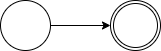
The draw.io diagram BPMN.png in dkorolev13/test_drawio, before a commit. Source tidied: cells renumbered, new cells last; positions are measured from the earlier drawing's top-left corner, leaving out a move shared by most shapes.
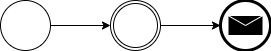
The same diagram one commit later.

Commit message:
3-rd update bpmn diagram

What changed in the source:
```diff
@@ -8,8 +8,14 @@
     <mxCell id="3" style="points=[[0.145,0.145,0],[0.5,0,0],[0.855,0.145,0],[1,0.5,0],[0.855,0.855,0],[0.5,1,0],[0.145,0.855,0],[0,0.5,0]];shape=mxgraph.bpmn.event;html=1;verticalLabelPosition=bottom;labelBackgroundColor=#ffffff;verticalAlign=top;align=center;perimeter=ellipsePerimeter;outlineConnect=0;outline=standard;symbol=general;" parent="1" vertex="1">
       <mxGeometry width="50" height="50" as="geometry" />
     </mxCell>
+    <mxCell id="5" style="edgeStyle=orthogonalEdgeStyle;rounded=0;jettySize=auto;html=1;" parent="1" edge="1" source="4" target="6">
+      <mxGeometry relative="1" as="geometry" />
+    </mxCell>
     <mxCell id="4" style="points=[[0.145,0.145,0],[0.5,0,0],[0.855,0.145,0],[1,0.5,0],[0.855,0.855,0],[0.5,1,0],[0.145,0.855,0],[0,0.5,0]];shape=mxgraph.bpmn.event;html=1;verticalLabelPosition=bottom;labelBackgroundColor=#ffffff;verticalAlign=top;align=center;perimeter=ellipsePerimeter;outlineConnect=0;outline=throwing;symbol=general;" parent="1" vertex="1">
       <mxGeometry x="110" width="50" height="50" as="geometry" />
     </mxCell>
+    <mxCell id="6" style="points=[[0.145,0.145,0],[0.5,0,0],[0.855,0.145,0],[1,0.5,0],[0.855,0.855,0],[0.5,1,0],[0.145,0.855,0],[0,0.5,0]];shape=mxgraph.bpmn.event;html=1;verticalLabelPosition=bottom;labelBackgroundColor=#ffffff;verticalAlign=top;align=center;perimeter=ellipsePerimeter;outlineConnect=0;outline=end;symbol=message;" parent="1" vertex="1">
+      <mxGeometry x="220" width="50" height="50" as="geometry" />
+    </mxCell>
   </root>
 </mxGraphModel>
```
